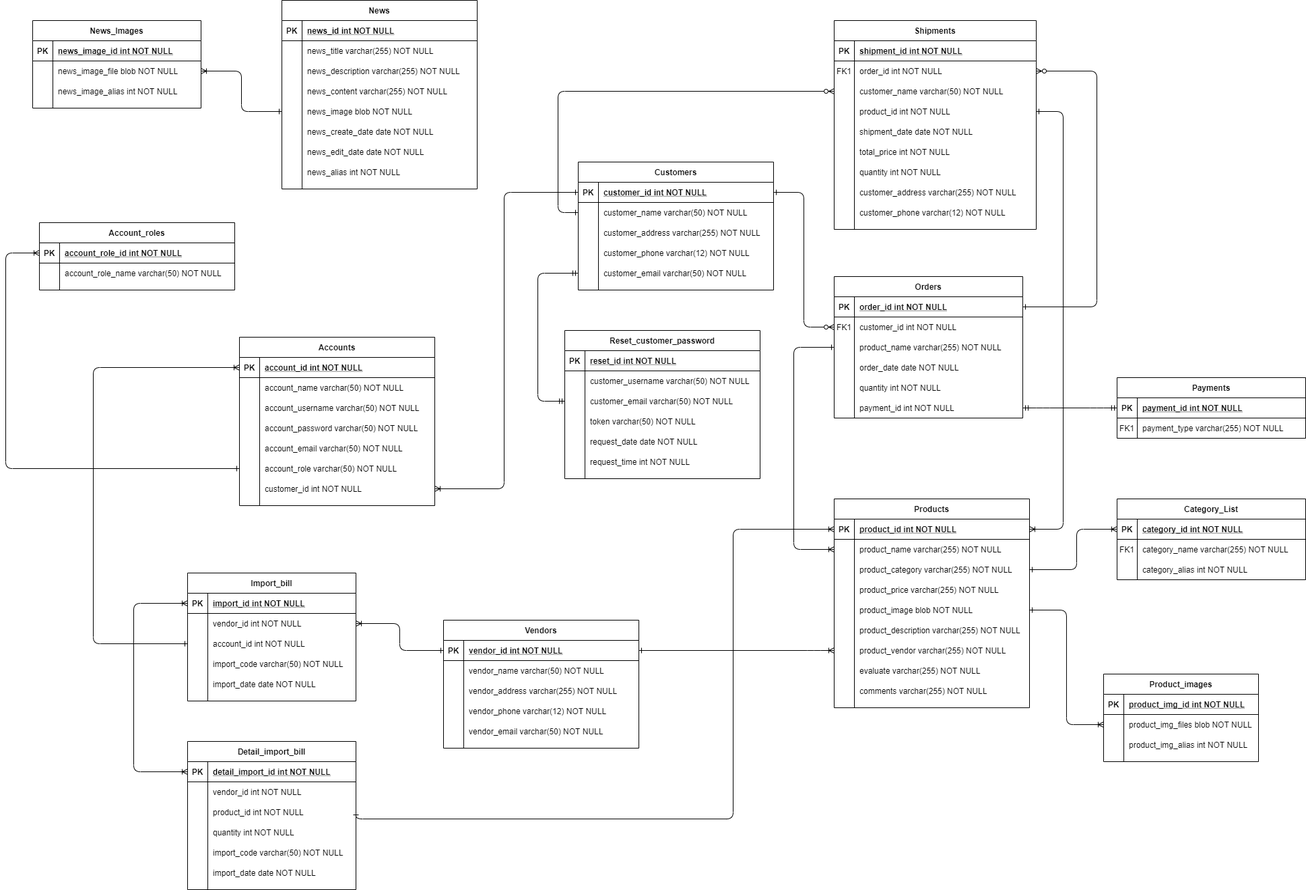
This is database_diagram.PNG from machchitai/machchitai, a draw.io export, as it was before one commit. Source tidied: cells renumbered, new cells last; positions are measured from the earlier drawing's top-left corner, leaving out a move shared by most shapes.
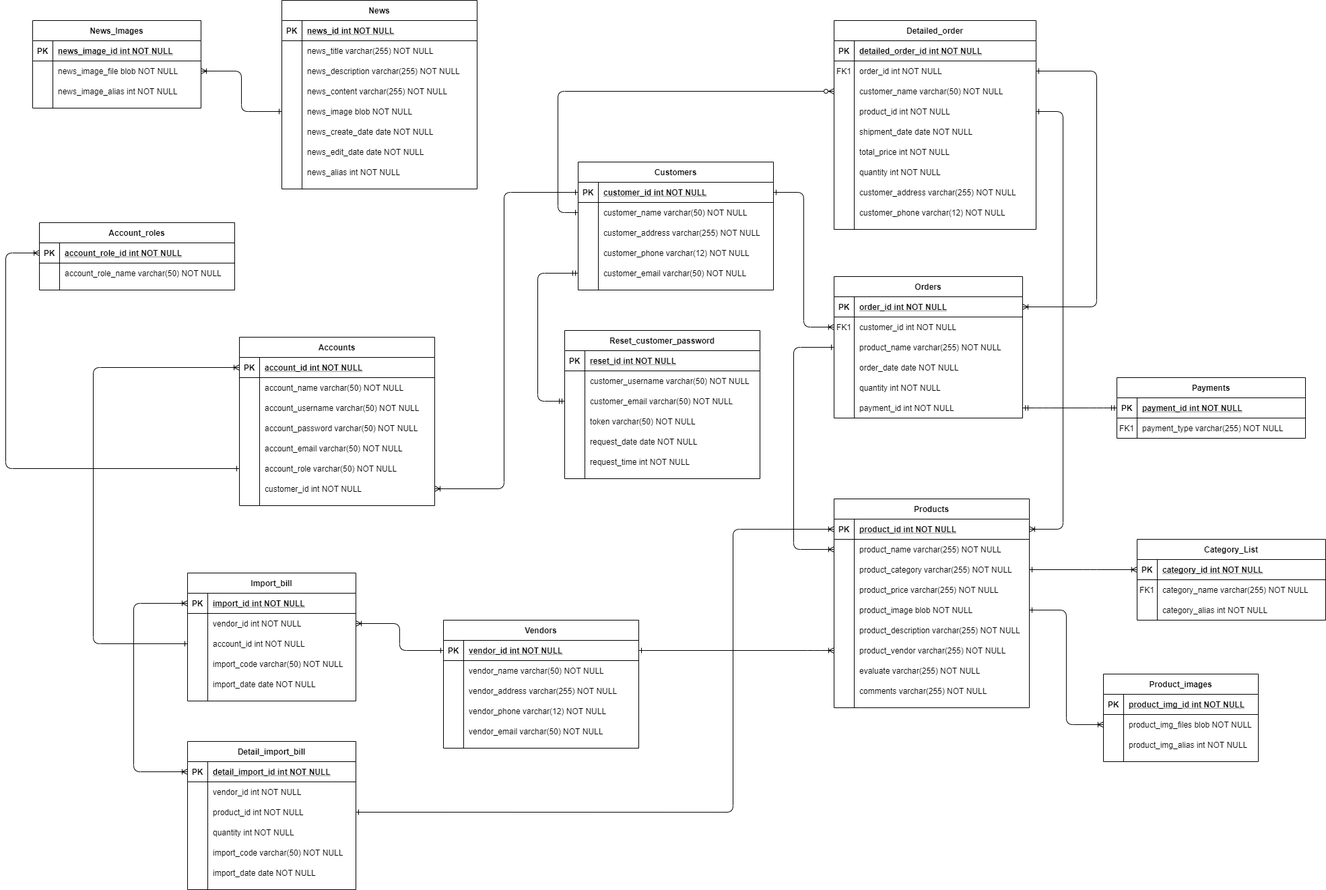
After the change.

What changed in the source:
```diff
@@ -2,10 +2,10 @@
   <root>
     <mxCell id="0" />
     <mxCell id="1" parent="0" />
-    <mxCell id="2" style="edgeStyle=elbowEdgeStyle;endArrow=ERzeroToMany;startArrow=ERone;endFill=1;startFill=0;" parent="1" edge="1" source="52" target="8">
+    <mxCell id="2" style="edgeStyle=elbowEdgeStyle;endArrow=ERoneToMany;startArrow=ERone;endFill=0;startFill=0;" parent="1" edge="1" source="52" target="8">
       <mxGeometry relative="1" as="geometry" />
     </mxCell>
-    <mxCell id="3" style="edgeStyle=elbowEdgeStyle;endArrow=ERzeroToMany;startArrow=ERone;endFill=1;startFill=0;" parent="1" edge="1" source="5" target="27">
+    <mxCell id="3" style="edgeStyle=elbowEdgeStyle;endArrow=ERone;startArrow=ERoneToMany;endFill=0;startFill=0;" parent="1" edge="1" source="5" target="27">
       <mxGeometry relative="1" as="geometry">
         <Array as="points">
           <mxPoint x="1620" y="250" />
@@ -70,7 +70,7 @@
     <mxCell id="22" value="payment_id int NOT NULL" style="shape=partialRectangle;overflow=hidden;fillColor=none;top=0;left=0;bottom=0;right=0;align=left;spacingLeft=6;" parent="20" vertex="1">
       <mxGeometry x="30" width="250" height="30" as="geometry" />
     </mxCell>
-    <mxCell id="23" value="Shipments" style="shape=table;startSize=30;rowLines=0;fontStyle=1;align=center;" parent="1" vertex="1">
+    <mxCell id="23" value="Detailed_order" style="shape=table;startSize=30;rowLines=0;fontStyle=1;align=center;" parent="1" vertex="1">
       <mxGeometry x="1230" y="30" width="300" height="310" as="geometry" />
     </mxCell>
     <mxCell id="24" style="shape=partialRectangle;fillColor=none;top=0;left=0;right=0;bottom=1;" parent="23" vertex="1">
@@ -79,7 +79,7 @@
     <mxCell id="25" value="PK" style="shape=partialRectangle;overflow=hidden;fillColor=none;top=0;left=0;bottom=0;right=0;fontStyle=1;" parent="24" vertex="1">
       <mxGeometry width="30" height="30" as="geometry" />
     </mxCell>
-    <mxCell id="26" value="shipment_id int NOT NULL " style="shape=partialRectangle;overflow=hidden;fillColor=none;top=0;left=0;bottom=0;right=0;align=left;spacingLeft=6;fontStyle=5;" parent="24" vertex="1">
+    <mxCell id="26" value="detailed_order_id int NOT NULL " style="shape=partialRectangle;overflow=hidden;fillColor=none;top=0;left=0;bottom=0;right=0;align=left;spacingLeft=6;fontStyle=5;" parent="24" vertex="1">
       <mxGeometry x="30" width="270" height="30" as="geometry" />
     </mxCell>
     <mxCell id="27" style="shape=partialRectangle;fillColor=none;points=[[0,0.5],[1,0.5]];portConstraint=eastwest;top=0;left=0;right=0;bottom=0;" parent="23" vertex="1">
@@ -313,7 +313,7 @@
       </mxGeometry>
     </mxCell>
     <mxCell id="99" value="Category_List" style="shape=table;startSize=30;rowLines=0;fontStyle=1;align=center;" parent="1" vertex="1">
-      <mxGeometry x="1650" y="740" width="280" height="120" as="geometry" />
+      <mxGeometry x="1680" y="800" width="280" height="120" as="geometry" />
     </mxCell>
     <mxCell id="100" style="shape=partialRectangle;fillColor=none;points=[[0,0.5],[1,0.5]];portConstraint=eastwest;top=0;left=0;right=0;bottom=1;" parent="99" vertex="1">
       <mxGeometry y="30" width="280" height="30" as="geometry" />
@@ -345,7 +345,7 @@
     <mxCell id="109" style="edgeStyle=elbowEdgeStyle;fontSize=12;html=1;endArrow=ERoneToMany;entryX=0;entryY=0.5;entryDx=0;entryDy=0;startArrow=ERone;startFill=0;exitX=1;exitY=0.5;exitDx=0;exitDy=0;" parent="1" edge="1" source="75" target="100">
       <mxGeometry relative="1" as="geometry">
         <Array as="points">
-          <mxPoint x="1590" y="785" />
+          <mxPoint x="1610" y="830" />
         </Array>
       </mxGeometry>
     </mxCell>
@@ -790,7 +790,7 @@
       <mxGeometry relative="1" as="geometry">
         <Array as="points">
           <mxPoint x="1080" y="785" />
-          <mxPoint x="1080" y="1215" />
+          <mxPoint x="1080" y="1205" />
         </Array>
       </mxGeometry>
     </mxCell>
```
